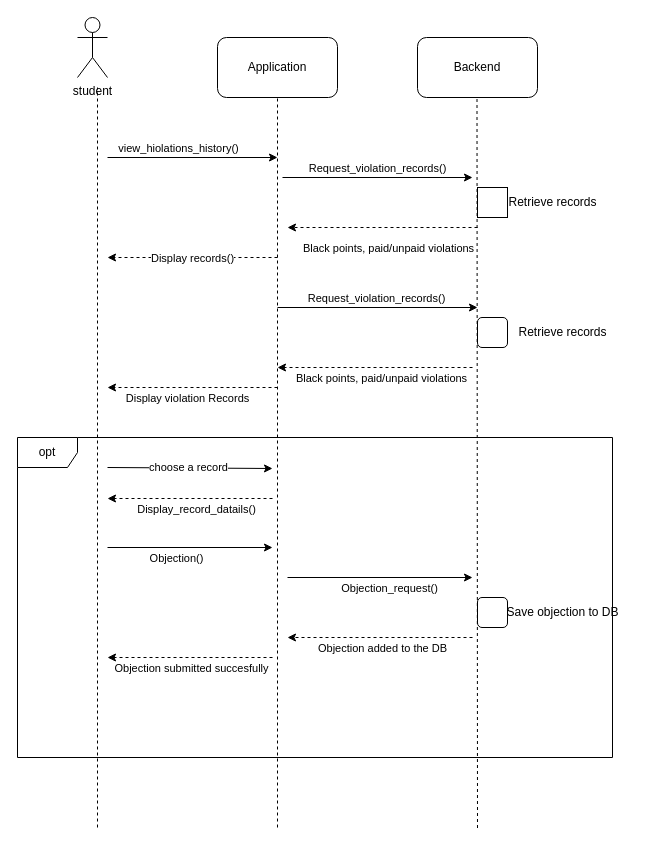
sarraGhali/Drone-parking-system keeps this draw.io diagram as page "Violation records" (4 of 7) of Untitled Diagram.drawio. Above is the earlier version. Source tidied: cells renumbered, new cells numbered last; positions are measured from the earlier drawing's top-left corner, leaving out a move shared by most shapes. Both pictures are drawn from the tidied source at 100%, with x=0, y=0 at pixel (17, 17).
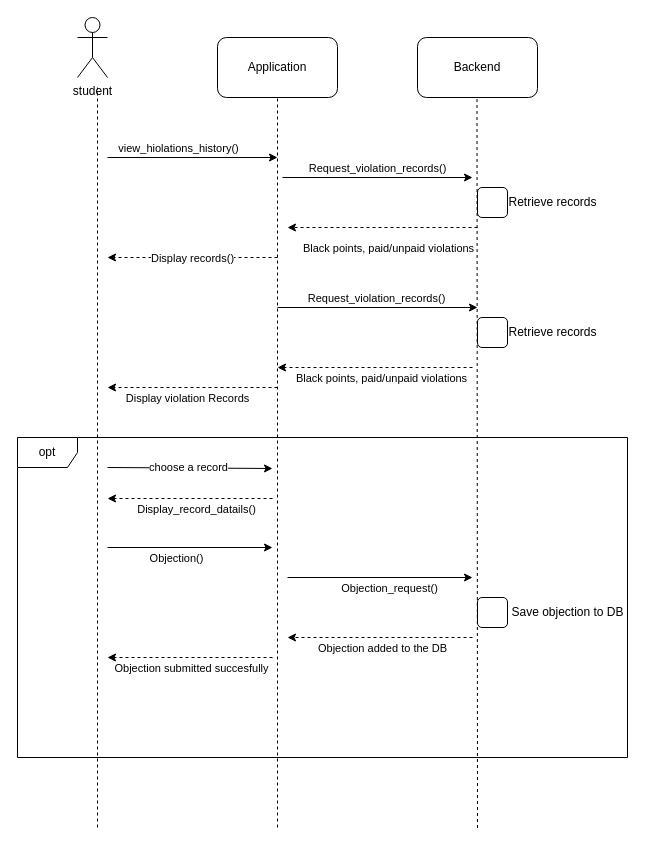
After the change.

What changed in the source:
```diff
@@
-    <mxCell id="12" style="rounded=0;whiteSpace=wrap;html=1;fontSize=12;" parent="1" vertex="1">
-      <mxGeometry x="460" y="170" width="30" height="30" as="geometry" />
-    </mxCell>
@@
     <mxCell id="21" value="Retrieve records" style="text;html=1;align=center;verticalAlign=middle;strokeColor=none;fillColor=none;fontSize=12;" parent="1" vertex="1">
-      <mxGeometry x="490" y="300" width="110" height="30" as="geometry" />
+      <mxGeometry x="480" y="300" width="110" height="30" as="geometry" />
     </mxCell>
@@
     <mxCell id="35" value="Save objection to DB" style="text;html=1;align=center;verticalAlign=middle;strokeColor=none;fillColor=none;fontSize=12;" parent="1" vertex="1">
-      <mxGeometry x="475" y="580" width="140" height="30" as="geometry" />
+      <mxGeometry x="480" y="580" width="140" height="30" as="geometry" />
     </mxCell>
@@
     <mxCell id="40" value="opt" style="shape=umlFrame;whiteSpace=wrap;html=1;fontSize=12;" parent="1" vertex="1">
-      <mxGeometry y="420" width="595" height="320" as="geometry" />
+      <mxGeometry y="420" width="610" height="320" as="geometry" />
     </mxCell>
+    <mxCell id="41" style="rounded=1;whiteSpace=wrap;html=1;fontSize=12;fillColor=none;" parent="1" vertex="1">
+      <mxGeometry x="460" y="170" width="30" height="30" as="geometry" />
+    </mxCell>
```
